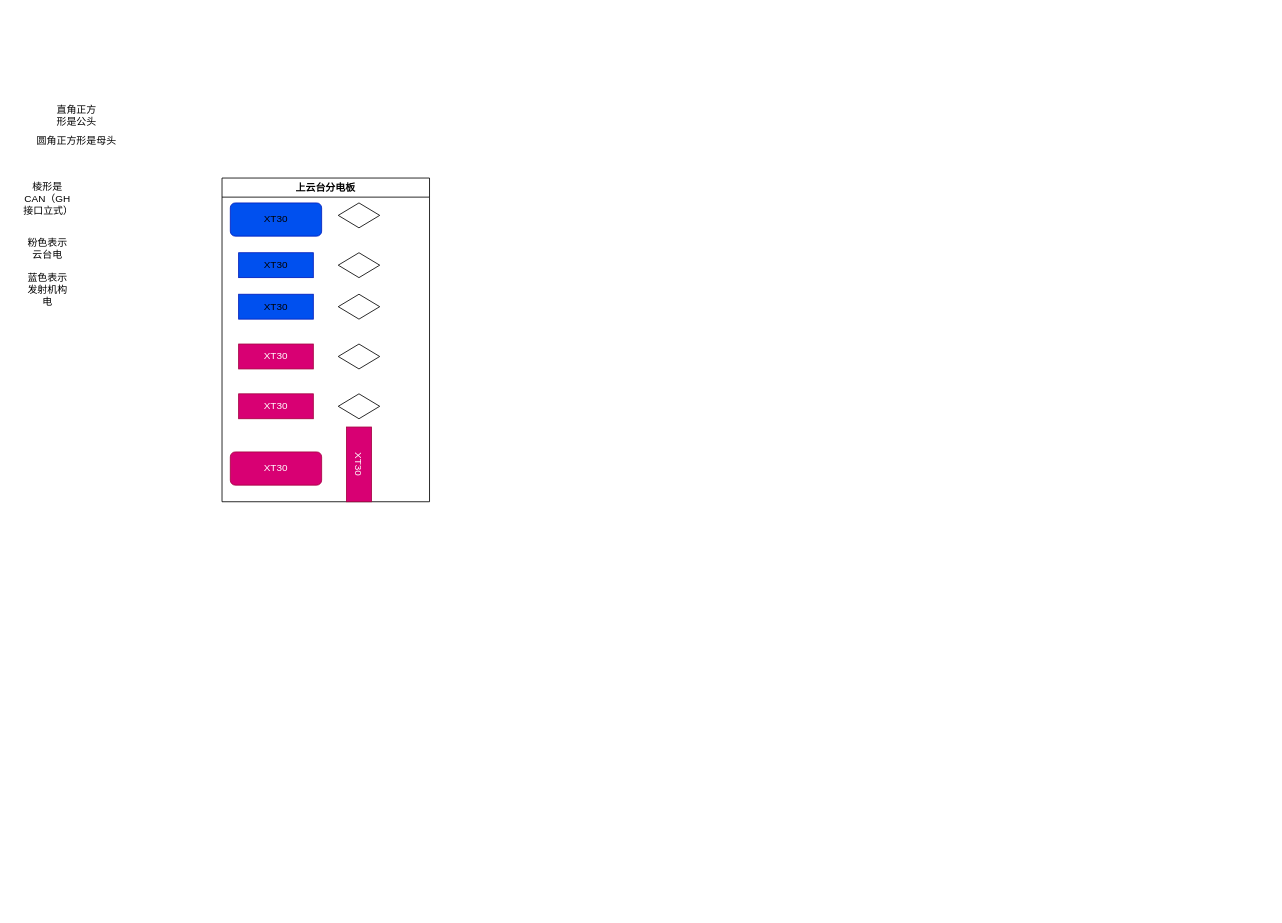
Before: 分电板.drawio in moment-NEW/Sentry-Embeded-2026, a draw.io diagram. Source tidied: cells renumbered, new cells numbered last; positions are measured from the earlier drawing's top-left corner, leaving out a move shared by most shapes. Both pictures are drawn from the tidied source at 83%, with x=0, y=0 at pixel (14, 103).
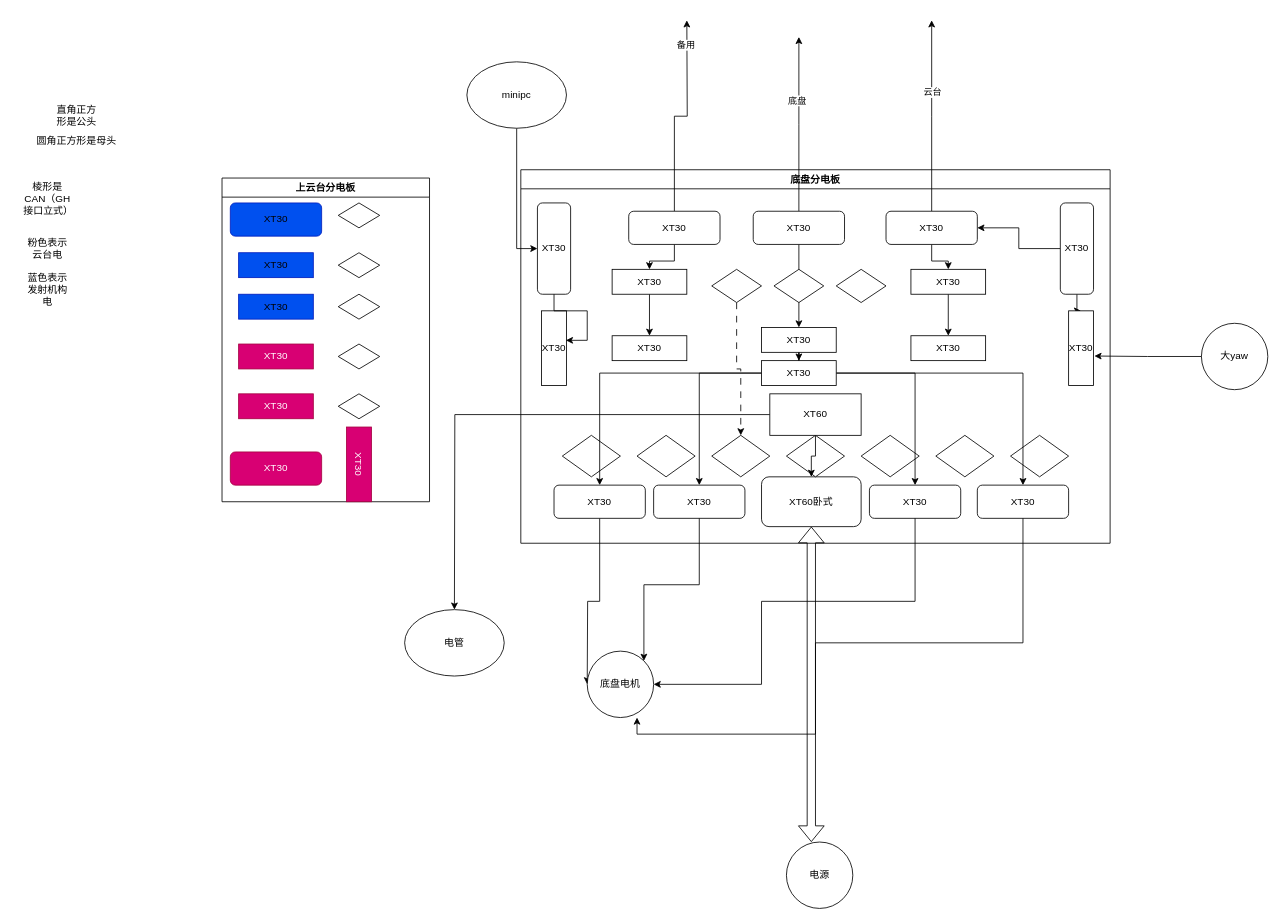
The same page after the edit.

Commit message (it also covers changes not shown here):
更新分电板.drawio

Diff of the diagram source:
```diff
@@
+    <mxCell id="20" value="底盘分电板" style="swimlane;whiteSpace=wrap;html=1;" parent="1" vertex="1">
+      <mxGeometry x="610" y="80" width="710" height="450" as="geometry" />
+    </mxCell>
+    <mxCell id="21" value="XT30" style="rounded=1;whiteSpace=wrap;html=1;direction=south;" parent="20" vertex="1">
+      <mxGeometry x="20" y="40" width="40" height="110" as="geometry" />
+    </mxCell>
+    <mxCell id="22" style="edgeStyle=orthogonalEdgeStyle;rounded=0;jettySize=auto;html=1;entryX=0.5;entryY=1;entryDx=0;entryDy=0;" parent="20" edge="1" source="25" target="58">
+      <mxGeometry relative="1" as="geometry" />
+    </mxCell>
+    <mxCell id="23" style="edgeStyle=orthogonalEdgeStyle;rounded=0;jettySize=auto;html=1;" parent="20" edge="1" source="25">
+      <mxGeometry relative="1" as="geometry">
+        <mxPoint x="200" y="-180" as="targetPoint" />
+      </mxGeometry>
+    </mxCell>
+    <mxCell id="24" value="备用" style="edgeLabel;html=1;align=center;verticalAlign=middle;" parent="23" vertex="1">
+      <mxGeometry x="0.75" y="2" relative="1" as="geometry">
+        <mxPoint y="-1" as="offset" />
+      </mxGeometry>
+    </mxCell>
+    <mxCell id="25" value="XT30" style="rounded=1;whiteSpace=wrap;html=1;" parent="20" vertex="1">
+      <mxGeometry x="130" y="50" width="110" height="40" as="geometry" />
+    </mxCell>
+    <mxCell id="26" style="edgeStyle=orthogonalEdgeStyle;rounded=0;jettySize=auto;html=1;" parent="20" edge="1" source="29">
+      <mxGeometry relative="1" as="geometry">
+        <mxPoint x="495" y="-180" as="targetPoint" />
+      </mxGeometry>
+    </mxCell>
+    <mxCell id="27" value="云台" style="edgeLabel;html=1;align=center;verticalAlign=middle;" parent="26" vertex="1">
+      <mxGeometry x="0.25" relative="1" as="geometry" />
+    </mxCell>
+    <mxCell id="28" style="edgeStyle=orthogonalEdgeStyle;rounded=0;jettySize=auto;html=1;entryX=0.5;entryY=1;entryDx=0;entryDy=0;" parent="20" edge="1" source="29" target="62">
+      <mxGeometry relative="1" as="geometry" />
+    </mxCell>
+    <mxCell id="29" value="XT30" style="rounded=1;whiteSpace=wrap;html=1;" parent="20" vertex="1">
+      <mxGeometry x="440" y="50" width="110" height="40" as="geometry" />
+    </mxCell>
+    <mxCell id="30" style="edgeStyle=orthogonalEdgeStyle;rounded=0;jettySize=auto;html=1;entryX=1;entryY=0.5;entryDx=0;entryDy=0;" parent="20" edge="1" source="32" target="29">
+      <mxGeometry relative="1" as="geometry" />
+    </mxCell>
+    <mxCell id="31" style="edgeStyle=orthogonalEdgeStyle;rounded=0;jettySize=auto;html=1;entryX=0;entryY=0.5;entryDx=0;entryDy=0;" parent="20" edge="1" source="32" target="46">
+      <mxGeometry relative="1" as="geometry" />
+    </mxCell>
+    <mxCell id="32" value="XT30" style="rounded=1;whiteSpace=wrap;html=1;direction=south;" parent="20" vertex="1">
+      <mxGeometry x="650" y="40" width="40" height="110" as="geometry" />
+    </mxCell>
+    <mxCell id="33" value="XT60卧式" style="rounded=1;whiteSpace=wrap;html=1;" parent="20" vertex="1">
+      <mxGeometry x="290" y="370" width="120" height="60" as="geometry" />
+    </mxCell>
+    <mxCell id="34" style="edgeStyle=orthogonalEdgeStyle;rounded=0;jettySize=auto;html=1;" parent="20" edge="1" source="35">
+      <mxGeometry relative="1" as="geometry">
+        <mxPoint x="80" y="620" as="targetPoint" />
+      </mxGeometry>
+    </mxCell>
+    <mxCell id="35" value="XT30" style="rounded=1;whiteSpace=wrap;html=1;" parent="20" vertex="1">
+      <mxGeometry x="40" y="380" width="110" height="40" as="geometry" />
+    </mxCell>
+    <mxCell id="36" value="XT30" style="rounded=1;whiteSpace=wrap;html=1;" parent="20" vertex="1">
+      <mxGeometry x="550" y="380" width="110" height="40" as="geometry" />
+    </mxCell>
+    <mxCell id="37" value="XT30" style="rounded=1;whiteSpace=wrap;html=1;" parent="20" vertex="1">
+      <mxGeometry x="160" y="380" width="110" height="40" as="geometry" />
+    </mxCell>
+    <mxCell id="38" value="XT30" style="rounded=1;whiteSpace=wrap;html=1;" parent="20" vertex="1">
+      <mxGeometry x="420" y="380" width="110" height="40" as="geometry" />
+    </mxCell>
+    <mxCell id="39" style="rhombus;whiteSpace=wrap;html=1;" parent="20" vertex="1">
+      <mxGeometry x="50" y="320" width="70" height="50" as="geometry" />
+    </mxCell>
+    <mxCell id="40" style="rhombus;whiteSpace=wrap;html=1;" parent="20" vertex="1">
+      <mxGeometry x="140" y="320" width="70" height="50" as="geometry" />
+    </mxCell>
+    <mxCell id="41" style="rhombus;whiteSpace=wrap;html=1;" parent="20" vertex="1">
+      <mxGeometry x="230" y="320" width="70" height="50" as="geometry" />
+    </mxCell>
+    <mxCell id="42" style="rhombus;whiteSpace=wrap;html=1;" parent="20" vertex="1">
+      <mxGeometry x="320" y="320" width="70" height="50" as="geometry" />
+    </mxCell>
+    <mxCell id="43" style="rhombus;whiteSpace=wrap;html=1;" parent="20" vertex="1">
+      <mxGeometry x="410" y="320" width="70" height="50" as="geometry" />
+    </mxCell>
+    <mxCell id="44" style="rhombus;whiteSpace=wrap;html=1;" parent="20" vertex="1">
+      <mxGeometry x="500" y="320" width="70" height="50" as="geometry" />
+    </mxCell>
+    <mxCell id="45" style="rhombus;whiteSpace=wrap;html=1;" parent="20" vertex="1">
+      <mxGeometry x="590" y="320" width="70" height="50" as="geometry" />
+    </mxCell>
+    <mxCell id="46" value="XT30" style="rounded=0;whiteSpace=wrap;html=1;direction=south;" parent="20" vertex="1">
+      <mxGeometry x="660" y="170" width="30" height="90" as="geometry" />
+    </mxCell>
+    <mxCell id="47" value="XT30" style="rounded=0;whiteSpace=wrap;html=1;direction=south;" parent="20" vertex="1">
+      <mxGeometry x="25" y="170" width="30" height="90" as="geometry" />
+    </mxCell>
+    <mxCell id="48" style="edgeStyle=orthogonalEdgeStyle;rounded=0;jettySize=auto;html=1;entryX=0.395;entryY=0.023;entryDx=0;entryDy=0;entryPerimeter=0;" parent="20" edge="1" source="21" target="47">
+      <mxGeometry relative="1" as="geometry" />
+    </mxCell>
+    <mxCell id="49" style="edgeStyle=orthogonalEdgeStyle;rounded=0;jettySize=auto;html=1;entryX=0.5;entryY=1;entryDx=0;entryDy=0;" parent="20" edge="1" source="52" target="60">
+      <mxGeometry relative="1" as="geometry" />
+    </mxCell>
+    <mxCell id="50" style="edgeStyle=orthogonalEdgeStyle;rounded=0;jettySize=auto;html=1;" parent="20" edge="1" source="52">
+      <mxGeometry relative="1" as="geometry">
+        <mxPoint x="335" y="-160" as="targetPoint" />
+      </mxGeometry>
+    </mxCell>
+    <mxCell id="51" value="底盘" style="edgeLabel;html=1;align=center;verticalAlign=middle;" parent="50" vertex="1">
+      <mxGeometry x="0.27" y="3" relative="1" as="geometry" />
+    </mxCell>
+    <mxCell id="52" value="XT30" style="rounded=1;whiteSpace=wrap;html=1;" parent="20" vertex="1">
+      <mxGeometry x="280" y="50" width="110" height="40" as="geometry" />
+    </mxCell>
+    <mxCell id="53" style="rhombus;whiteSpace=wrap;html=1;" parent="20" vertex="1">
+      <mxGeometry x="305" y="120" width="60" height="40" as="geometry" />
+    </mxCell>
+    <mxCell id="54" style="rhombus;whiteSpace=wrap;html=1;" parent="20" vertex="1">
+      <mxGeometry x="380" y="120" width="60" height="40" as="geometry" />
+    </mxCell>
+    <mxCell id="55" style="edgeStyle=orthogonalEdgeStyle;rounded=0;jettySize=auto;html=1;entryX=0.5;entryY=0;entryDx=0;entryDy=0;dashed=1;dashPattern=8 8;" parent="20" edge="1" source="56" target="41">
+      <mxGeometry relative="1" as="geometry" />
+    </mxCell>
+    <mxCell id="56" style="rhombus;whiteSpace=wrap;html=1;" parent="20" vertex="1">
+      <mxGeometry x="230" y="120" width="60" height="40" as="geometry" />
+    </mxCell>
+    <mxCell id="57" style="edgeStyle=orthogonalEdgeStyle;rounded=0;jettySize=auto;html=1;" parent="20" edge="1" source="58" target="63">
+      <mxGeometry relative="1" as="geometry" />
+    </mxCell>
+    <mxCell id="58" value="XT30" style="rounded=0;whiteSpace=wrap;html=1;direction=west;" parent="20" vertex="1">
+      <mxGeometry x="110" y="120" width="90" height="30" as="geometry" />
+    </mxCell>
+    <mxCell id="59" style="edgeStyle=orthogonalEdgeStyle;rounded=0;jettySize=auto;html=1;entryX=0.5;entryY=1;entryDx=0;entryDy=0;" parent="20" edge="1" source="60" target="68">
+      <mxGeometry relative="1" as="geometry" />
+    </mxCell>
+    <mxCell id="60" value="XT30" style="rounded=0;whiteSpace=wrap;html=1;direction=west;" parent="20" vertex="1">
+      <mxGeometry x="290" y="190" width="90" height="30" as="geometry" />
+    </mxCell>
+    <mxCell id="61" style="edgeStyle=orthogonalEdgeStyle;rounded=0;jettySize=auto;html=1;entryX=0.5;entryY=1;entryDx=0;entryDy=0;" parent="20" edge="1" source="62" target="69">
+      <mxGeometry relative="1" as="geometry" />
+    </mxCell>
+    <mxCell id="62" value="XT30" style="rounded=0;whiteSpace=wrap;html=1;direction=west;" parent="20" vertex="1">
+      <mxGeometry x="470" y="120" width="90" height="30" as="geometry" />
+    </mxCell>
+    <mxCell id="63" value="XT30" style="rounded=0;whiteSpace=wrap;html=1;direction=west;" parent="20" vertex="1">
+      <mxGeometry x="110" y="200" width="90" height="30" as="geometry" />
+    </mxCell>
+    <mxCell id="64" style="edgeStyle=orthogonalEdgeStyle;rounded=0;jettySize=auto;html=1;entryX=0.5;entryY=0;entryDx=0;entryDy=0;" parent="20" edge="1" source="68" target="38">
+      <mxGeometry relative="1" as="geometry" />
+    </mxCell>
+    <mxCell id="65" style="edgeStyle=orthogonalEdgeStyle;rounded=0;jettySize=auto;html=1;entryX=0.5;entryY=0;entryDx=0;entryDy=0;" parent="20" edge="1" source="68" target="37">
+      <mxGeometry relative="1" as="geometry" />
+    </mxCell>
+    <mxCell id="66" style="edgeStyle=orthogonalEdgeStyle;rounded=0;jettySize=auto;html=1;entryX=0.5;entryY=0;entryDx=0;entryDy=0;" parent="20" edge="1" source="68" target="35">
+      <mxGeometry relative="1" as="geometry" />
+    </mxCell>
+    <mxCell id="67" style="edgeStyle=orthogonalEdgeStyle;rounded=0;jettySize=auto;html=1;entryX=0.5;entryY=0;entryDx=0;entryDy=0;" parent="20" edge="1" source="68" target="36">
+      <mxGeometry relative="1" as="geometry" />
+    </mxCell>
+    <mxCell id="68" value="XT30" style="rounded=0;whiteSpace=wrap;html=1;direction=west;" parent="20" vertex="1">
+      <mxGeometry x="290" y="230" width="90" height="30" as="geometry" />
+    </mxCell>
+    <mxCell id="69" value="XT30" style="rounded=0;whiteSpace=wrap;html=1;direction=west;" parent="20" vertex="1">
+      <mxGeometry x="470" y="200" width="90" height="30" as="geometry" />
+    </mxCell>
+    <mxCell id="70" style="edgeStyle=orthogonalEdgeStyle;rounded=0;jettySize=auto;html=1;" parent="20" edge="1" source="72" target="33">
+      <mxGeometry relative="1" as="geometry" />
+    </mxCell>
+    <mxCell id="71" style="edgeStyle=orthogonalEdgeStyle;rounded=0;jettySize=auto;html=1;" parent="20" edge="1" source="72">
+      <mxGeometry relative="1" as="geometry">
+        <mxPoint x="-80" y="530" as="targetPoint" />
+      </mxGeometry>
+    </mxCell>
+    <mxCell id="72" value="XT60" style="rounded=0;whiteSpace=wrap;html=1;direction=west;" parent="20" vertex="1">
+      <mxGeometry x="300" y="270" width="110" height="50" as="geometry" />
+    </mxCell>
+    <mxCell id="73" value="底盘电机" style="ellipse;whiteSpace=wrap;html=1;" parent="1" vertex="1">
+      <mxGeometry x="690" y="660" width="80" height="80" as="geometry" />
+    </mxCell>
+    <mxCell id="74" style="edgeStyle=orthogonalEdgeStyle;rounded=0;jettySize=auto;html=1;entryX=1;entryY=0;entryDx=0;entryDy=0;" parent="1" edge="1" source="37" target="73">
+      <mxGeometry relative="1" as="geometry" />
+    </mxCell>
+    <mxCell id="75" style="edgeStyle=orthogonalEdgeStyle;rounded=0;jettySize=auto;html=1;entryX=1;entryY=0.5;entryDx=0;entryDy=0;" parent="1" edge="1" source="38" target="73">
+      <mxGeometry relative="1" as="geometry">
+        <Array as="points">
+          <mxPoint x="1085" y="600" />
+          <mxPoint x="900" y="600" />
+          <mxPoint x="900" y="700" />
+        </Array>
+      </mxGeometry>
+    </mxCell>
+    <mxCell id="76" style="edgeStyle=orthogonalEdgeStyle;rounded=0;jettySize=auto;html=1;entryX=0.75;entryY=1;entryDx=0;entryDy=0;entryPerimeter=0;" parent="1" edge="1" source="36" target="73">
+      <mxGeometry relative="1" as="geometry">
+        <Array as="points">
+          <mxPoint x="1215" y="650" />
+          <mxPoint x="965" y="650" />
+          <mxPoint x="965" y="760" />
+          <mxPoint x="750" y="760" />
+        </Array>
+      </mxGeometry>
+    </mxCell>
+    <mxCell id="77" style="shape=flexArrow;endArrow=classic;startArrow=classic;html=1;rounded=0;entryX=0.5;entryY=1;entryDx=0;entryDy=0;" parent="1" edge="1" target="33">
+      <mxGeometry relative="1" as="geometry">
+        <mxPoint x="960" y="890" as="sourcePoint" />
+      </mxGeometry>
+    </mxCell>
+    <mxCell id="78" value="电源" style="ellipse;whiteSpace=wrap;html=1;" parent="1" vertex="1">
+      <mxGeometry x="930" y="890" width="80" height="80" as="geometry" />
+    </mxCell>
+    <mxCell id="79" value="大yaw" style="ellipse;whiteSpace=wrap;html=1;" parent="1" vertex="1">
+      <mxGeometry x="1430" y="265" width="80" height="80" as="geometry" />
+    </mxCell>
+    <mxCell id="80" style="edgeStyle=orthogonalEdgeStyle;rounded=0;jettySize=auto;html=1;entryX=0.605;entryY=-0.036;entryDx=0;entryDy=0;entryPerimeter=0;" parent="1" edge="1" source="79" target="46">
+      <mxGeometry relative="1" as="geometry" />
+    </mxCell>
+    <mxCell id="81" style="edgeStyle=orthogonalEdgeStyle;rounded=0;jettySize=auto;html=1;entryX=0.5;entryY=1;entryDx=0;entryDy=0;" parent="1" edge="1" source="82" target="21">
+      <mxGeometry relative="1" as="geometry" />
+    </mxCell>
+    <mxCell id="82" value="minipc" style="ellipse;whiteSpace=wrap;html=1;" parent="1" vertex="1">
+      <mxGeometry x="545" y="-50" width="120" height="80" as="geometry" />
+    </mxCell>
+    <mxCell id="83" value="电管" style="ellipse;whiteSpace=wrap;html=1;" parent="1" vertex="1">
+      <mxGeometry x="470" y="610" width="120" height="80" as="geometry" />
+    </mxCell>
```
